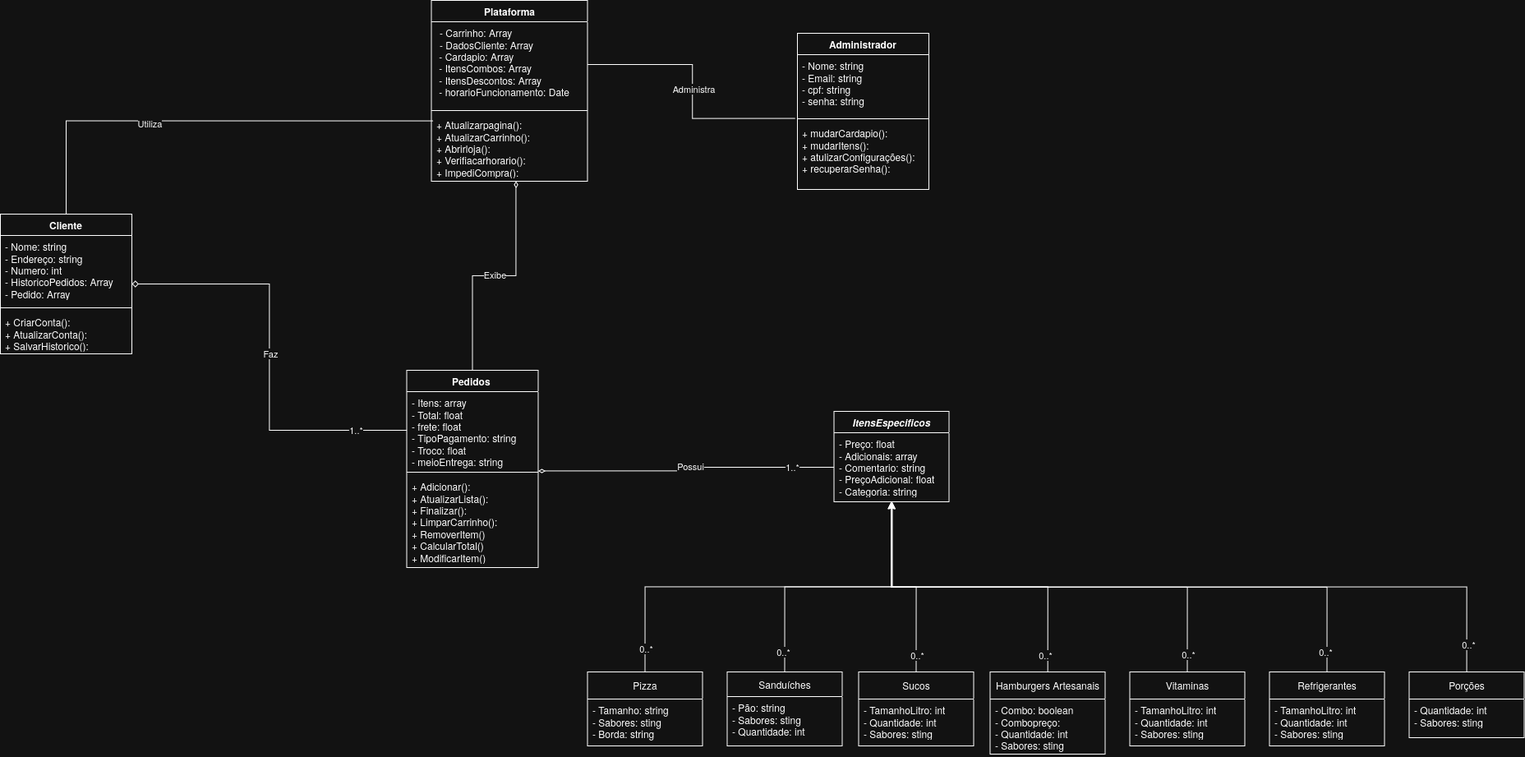
Before: modelagem.png, a diagram exported from draw.io (Renatowilliam21/sistema-pedidos-eng-reversa). Source tidied: cells renumbered, new cells last; positions are measured from the earlier drawing's top-left corner, leaving out a move shared by most shapes.
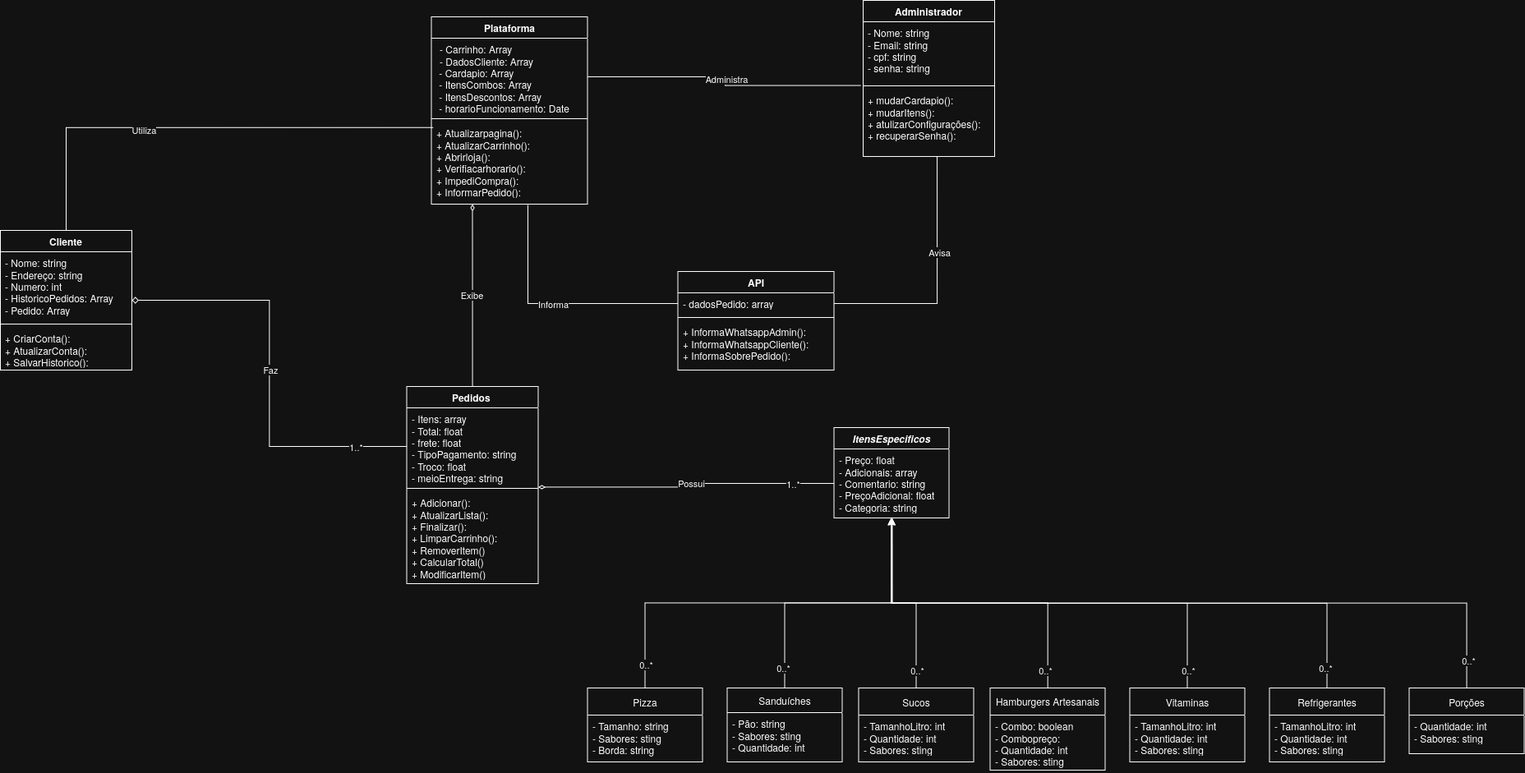
After the change.

Commit message:
mudança da arquitetura.md e modelagem.png, acresentando informações sobre API.

The edit, as a diff of the source:
```diff
@@ -145,25 +145,25 @@
       <mxGeometry x="-0.93" y="-2" relative="1" as="geometry" />
     </mxCell>
     <mxCell id="48" value="Plataforma" style="swimlane;fontStyle=1;align=center;verticalAlign=top;horizontal=1;startSize=26;whiteSpace=wrap;html=1;" parent="1" vertex="1">
-      <mxGeometry x="524.5" width="190" height="220" as="geometry" />
+      <mxGeometry x="524.5" width="190" height="228" as="geometry" />
     </mxCell>
     <mxCell id="49" value="&lt;div&gt;&lt;p style=&quot;margin:0px;margin-left:4px;&quot;&gt;- Carrinho: Array&lt;/p&gt;&lt;p style=&quot;margin:0px;margin-left:4px;&quot;&gt;- DadosCliente: Array&amp;nbsp;&lt;/p&gt;&lt;/div&gt;&lt;div&gt;&amp;nbsp;- Cardapio: Array&lt;/div&gt;&lt;div&gt;&amp;nbsp;- ItensCombos: Array&lt;/div&gt;&lt;div&gt;&amp;nbsp;- ItensDescontos: Array&lt;/div&gt;&lt;div&gt;&amp;nbsp;- horarioFuncionamento: Date&lt;/div&gt;" style="text;strokeColor=none;fillColor=none;align=left;verticalAlign=top;spacingLeft=4;spacingRight=4;overflow=hidden;points=[[0,0.5],[1,0.5]];portConstraint=eastwest;whiteSpace=wrap;html=1;" parent="48" vertex="1">
-      <mxGeometry y="26" width="190" height="104" as="geometry" />
+      <mxGeometry y="26" width="190" height="94" as="geometry" />
     </mxCell>
     <mxCell id="50" style="line;strokeWidth=1;fillColor=none;align=left;verticalAlign=middle;spacingTop=-1;spacingLeft=3;spacingRight=3;labelPosition=right;strokeColor=inherit;" parent="48" vertex="1">
-      <mxGeometry y="130" width="190" height="8" as="geometry" />
+      <mxGeometry y="120" width="190" height="8" as="geometry" />
     </mxCell>
-    <mxCell id="51" value="&lt;div&gt;+ Atualizarpagina():&lt;/div&gt;&lt;div&gt;+ AtualizarCarrinho():&lt;/div&gt;&lt;div&gt;+ Abrirloja():&lt;/div&gt;&lt;div&gt;+ Verifiacarhorario():&lt;br&gt;+ ImpediCompra():&lt;/div&gt;" style="text;strokeColor=none;fillColor=none;align=left;verticalAlign=top;spacingLeft=4;spacingRight=4;overflow=hidden;points=[[0,0.5],[1,0.5]];portConstraint=eastwest;whiteSpace=wrap;html=1;" parent="48" vertex="1">
-      <mxGeometry y="138" width="190" height="82" as="geometry" />
+    <mxCell id="51" value="&lt;div&gt;+ Atualizarpagina():&lt;/div&gt;&lt;div&gt;+ AtualizarCarrinho():&lt;/div&gt;&lt;div&gt;+ Abrirloja():&lt;/div&gt;&lt;div&gt;+ Verifiacarhorario():&lt;br&gt;+ ImpediCompra():&lt;/div&gt;&lt;div&gt;+ InformarPedido():&lt;/div&gt;" style="text;strokeColor=none;fillColor=none;align=left;verticalAlign=top;spacingLeft=4;spacingRight=4;overflow=hidden;points=[[0,0.5],[1,0.5]];portConstraint=eastwest;whiteSpace=wrap;html=1;" parent="48" vertex="1">
+      <mxGeometry y="128" width="190" height="100" as="geometry" />
     </mxCell>
-    <mxCell id="52" style="edgeStyle=orthogonalEdgeStyle;rounded=0;jettySize=auto;html=1;entryX=0.542;entryY=0.998;entryDx=0;entryDy=0;entryPerimeter=0;endArrow=diamondThin;endFill=0;" parent="1" edge="1" source="8" target="51">
+    <mxCell id="52" style="edgeStyle=orthogonalEdgeStyle;rounded=0;jettySize=auto;html=1;entryX=0.263;entryY=1;entryDx=0;entryDy=0;entryPerimeter=0;endArrow=diamondThin;endFill=0;" parent="1" edge="1" source="8" target="51">
       <mxGeometry relative="1" as="geometry" />
     </mxCell>
     <mxCell id="53" value="Exibe" style="edgeLabel;html=1;align=center;verticalAlign=middle;" parent="52" vertex="1">
       <mxGeometry y="1" relative="1" as="geometry" />
     </mxCell>
     <mxCell id="54" value="Administrador" style="swimlane;fontStyle=1;align=center;verticalAlign=top;horizontal=1;startSize=26;whiteSpace=wrap;html=1;" parent="1" vertex="1">
-      <mxGeometry x="970" y="40" width="160" height="190" as="geometry" />
+      <mxGeometry x="1050" y="-20" width="160" height="190" as="geometry" />
     </mxCell>
     <mxCell id="55" value="&lt;div&gt;- Nome: string&lt;/div&gt;&lt;div&gt;- Email: string&lt;/div&gt;&lt;div&gt;- cpf: string&lt;/div&gt;&lt;div&gt;- senha: string&lt;/div&gt;&lt;div&gt;&lt;br&gt;&lt;/div&gt;" style="text;strokeColor=none;fillColor=none;align=left;verticalAlign=top;spacingLeft=4;spacingRight=4;overflow=hidden;points=[[0,0.5],[1,0.5]];portConstraint=eastwest;whiteSpace=wrap;html=1;" parent="54" vertex="1">
       <mxGeometry y="26" width="160" height="74" as="geometry" />
@@ -180,5 +180,29 @@
     <mxCell id="59" value="Administra" style="edgeLabel;html=1;align=center;verticalAlign=middle;" parent="58" vertex="1">
       <mxGeometry x="-0.01" y="1" relative="1" as="geometry" />
     </mxCell>
+    <mxCell id="60" value="API" style="swimlane;fontStyle=1;align=center;verticalAlign=top;horizontal=1;startSize=26;whiteSpace=wrap;html=1;" parent="1" vertex="1">
+      <mxGeometry x="824.5" y="310" width="190" height="120" as="geometry" />
+    </mxCell>
+    <mxCell id="61" value="- dadosPedido: array" style="text;strokeColor=none;fillColor=none;align=left;verticalAlign=top;spacingLeft=4;spacingRight=4;overflow=hidden;points=[[0,0.5],[1,0.5]];portConstraint=eastwest;whiteSpace=wrap;html=1;" parent="60" vertex="1">
+      <mxGeometry y="26" width="190" height="26" as="geometry" />
+    </mxCell>
+    <mxCell id="62" style="line;strokeWidth=1;fillColor=none;align=left;verticalAlign=middle;spacingTop=-1;spacingLeft=3;spacingRight=3;labelPosition=right;strokeColor=inherit;" parent="60" vertex="1">
+      <mxGeometry y="52" width="190" height="8" as="geometry" />
+    </mxCell>
+    <mxCell id="63" value="&lt;div&gt;+ InformaWhatsappAdmin():&lt;/div&gt;&lt;div&gt;+ InformaWhatsappCliente():&lt;/div&gt;&lt;div&gt;+ InformaSobrePedido():&lt;/div&gt;" style="text;strokeColor=none;fillColor=none;align=left;verticalAlign=top;spacingLeft=4;spacingRight=4;overflow=hidden;whiteSpace=wrap;html=1;" parent="60" vertex="1">
+      <mxGeometry y="60" width="190" height="60" as="geometry" />
+    </mxCell>
+    <mxCell id="64" style="edgeStyle=orthogonalEdgeStyle;rounded=0;jettySize=auto;html=1;entryX=0.618;entryY=1.01;entryDx=0;entryDy=0;entryPerimeter=0;endArrow=none;endFill=0;" parent="1" edge="1" source="61" target="51">
+      <mxGeometry relative="1" as="geometry" />
+    </mxCell>
+    <mxCell id="65" value="Informa" style="edgeLabel;html=1;align=center;verticalAlign=middle;" parent="64" vertex="1">
+      <mxGeometry x="0.01" relative="1" as="geometry" />
+    </mxCell>
+    <mxCell id="66" style="edgeStyle=orthogonalEdgeStyle;rounded=0;jettySize=auto;html=1;entryX=0.563;entryY=1;entryDx=0;entryDy=0;entryPerimeter=0;endArrow=none;endFill=0;" parent="1" edge="1" source="61" target="57">
+      <mxGeometry relative="1" as="geometry" />
+    </mxCell>
+    <mxCell id="67" value="Avisa" style="edgeLabel;html=1;align=center;verticalAlign=middle;" parent="66" vertex="1">
+      <mxGeometry x="0.24" y="-2" relative="1" as="geometry" />
+    </mxCell>
   </root>
 </mxGraphModel>
```
